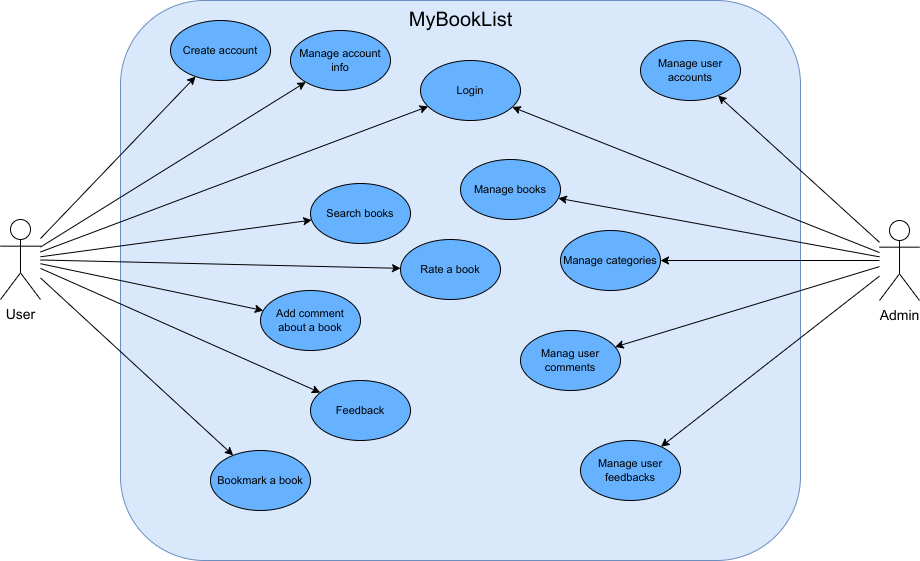
Above: docs/use-cases-diagram.png in ndtai772/MyBookList (draw.io), before the change. Source tidied: cells renumbered, new cells last; positions are measured from the earlier drawing's top-left corner, leaving out a move shared by most shapes. Source of this version:
```xml
<mxGraphModel>
  <root>
    <mxCell id="0" />
    <mxCell id="1" parent="0" />
    <mxCell id="2" value="&lt;font style=&quot;font-size: 20px&quot;&gt;MyBookList&lt;/font&gt;" style="html=1;align=center;verticalAlign=top;labelBackgroundColor=none;fillColor=#dae8fc;fontStyle=0;fontSize=14;rounded=1;strokeColor=#6c8ebf;glass=0;shadow=0;sketch=0;" parent="1" vertex="1">
      <mxGeometry x="120" width="680" height="560" as="geometry" />
    </mxCell>
    <mxCell id="3" style="rounded=0;jettySize=auto;html=1;fontSize=11;" parent="1" edge="1" source="11" target="19">
      <mxGeometry relative="1" as="geometry" />
    </mxCell>
    <mxCell id="4" style="rounded=0;jettySize=auto;html=1;fontSize=11;" parent="1" edge="1" source="11" target="20">
      <mxGeometry relative="1" as="geometry" />
    </mxCell>
    <mxCell id="5" style="rounded=0;jettySize=auto;html=1;fontSize=11;" parent="1" edge="1" source="11" target="21">
      <mxGeometry relative="1" as="geometry" />
    </mxCell>
    <mxCell id="6" style="rounded=0;jettySize=auto;html=1;fontSize=11;" parent="1" edge="1" source="11" target="22">
      <mxGeometry relative="1" as="geometry" />
    </mxCell>
    <mxCell id="7" style="rounded=0;jettySize=auto;html=1;fontSize=11;" parent="1" edge="1" source="11" target="23">
      <mxGeometry relative="1" as="geometry" />
    </mxCell>
    <mxCell id="8" style="edgeStyle=none;shape=connector;rounded=0;jettySize=auto;html=1;labelBackgroundColor=default;fontFamily=Helvetica;fontSize=11;fontColor=default;endArrow=classic;strokeColor=default;" parent="1" edge="1" source="11" target="24">
      <mxGeometry relative="1" as="geometry" />
    </mxCell>
    <mxCell id="9" style="edgeStyle=none;shape=connector;rounded=0;jettySize=auto;html=1;labelBackgroundColor=default;fontFamily=Helvetica;fontSize=11;fontColor=default;endArrow=classic;strokeColor=default;" parent="1" edge="1" source="11" target="29">
      <mxGeometry relative="1" as="geometry" />
    </mxCell>
    <mxCell id="10" style="edgeStyle=none;shape=connector;rounded=0;jettySize=auto;html=1;labelBackgroundColor=default;fontFamily=Helvetica;fontSize=11;fontColor=default;endArrow=classic;strokeColor=default;" parent="1" edge="1" source="11" target="30">
      <mxGeometry relative="1" as="geometry" />
    </mxCell>
    <mxCell id="11" value="User" style="shape=umlActor;verticalLabelPosition=bottom;verticalAlign=top;html=1;labelBackgroundColor=none;fontSize=14;fillColor=none;" parent="1" vertex="1">
      <mxGeometry y="219" width="40" height="80" as="geometry" />
    </mxCell>
    <mxCell id="12" style="rounded=0;jettySize=auto;html=1;fontSize=11;" parent="1" edge="1" source="18" target="25">
      <mxGeometry relative="1" as="geometry" />
    </mxCell>
    <mxCell id="13" style="rounded=0;jettySize=auto;html=1;fontSize=11;" parent="1" edge="1" source="18" target="26">
      <mxGeometry relative="1" as="geometry" />
    </mxCell>
    <mxCell id="14" style="rounded=0;jettySize=auto;html=1;fontSize=11;" parent="1" edge="1" source="18" target="27">
      <mxGeometry relative="1" as="geometry" />
    </mxCell>
    <mxCell id="15" style="rounded=0;jettySize=auto;html=1;fontSize=11;" parent="1" edge="1" source="18" target="28">
      <mxGeometry relative="1" as="geometry" />
    </mxCell>
    <mxCell id="16" style="rounded=0;jettySize=auto;html=1;fontSize=11;" parent="1" edge="1" source="18" target="31">
      <mxGeometry relative="1" as="geometry" />
    </mxCell>
    <mxCell id="17" style="edgeStyle=none;shape=connector;rounded=0;jettySize=auto;html=1;labelBackgroundColor=default;fontFamily=Helvetica;fontSize=20;fontColor=default;endArrow=classic;strokeColor=default;" parent="1" edge="1" source="18" target="20">
      <mxGeometry relative="1" as="geometry" />
    </mxCell>
    <mxCell id="18" value="Admin" style="shape=umlActor;verticalLabelPosition=bottom;verticalAlign=top;html=1;labelBackgroundColor=none;fontSize=14;fillColor=none;" parent="1" vertex="1">
      <mxGeometry x="879" y="220" width="40" height="80" as="geometry" />
    </mxCell>
    <mxCell id="19" value="Create account" style="ellipse;whiteSpace=wrap;html=1;labelBackgroundColor=none;fontSize=11;fillColor=#66B2FF;" parent="1" vertex="1">
      <mxGeometry x="170" y="20" width="100" height="60" as="geometry" />
    </mxCell>
    <mxCell id="20" value="Login" style="ellipse;whiteSpace=wrap;html=1;labelBackgroundColor=none;fontSize=11;fillColor=#66B2FF;" parent="1" vertex="1">
      <mxGeometry x="420" y="60" width="100" height="60" as="geometry" />
    </mxCell>
    <mxCell id="21" value="Manage account info" style="ellipse;whiteSpace=wrap;html=1;labelBackgroundColor=none;fontSize=11;fillColor=#66B2FF;" parent="1" vertex="1">
      <mxGeometry x="290" y="30" width="100" height="60" as="geometry" />
    </mxCell>
    <mxCell id="22" value="Bookmark a book" style="ellipse;whiteSpace=wrap;html=1;labelBackgroundColor=none;fontSize=11;fillColor=#66B2FF;" parent="1" vertex="1">
      <mxGeometry x="210" y="450" width="100" height="60" as="geometry" />
    </mxCell>
    <mxCell id="23" value="Rate a&amp;nbsp;book" style="ellipse;whiteSpace=wrap;html=1;labelBackgroundColor=none;fontSize=11;fillColor=#66B2FF;" parent="1" vertex="1">
      <mxGeometry x="400" y="239" width="100" height="60" as="geometry" />
    </mxCell>
    <mxCell id="24" value="Add comment about a book" style="ellipse;whiteSpace=wrap;html=1;labelBackgroundColor=none;fontSize=11;fillColor=#66B2FF;" parent="1" vertex="1">
      <mxGeometry x="260" y="290" width="100" height="60" as="geometry" />
    </mxCell>
    <mxCell id="25" value="Manage user accounts" style="ellipse;whiteSpace=wrap;html=1;labelBackgroundColor=none;fontSize=11;fillColor=#66B2FF;" parent="1" vertex="1">
      <mxGeometry x="640" y="40" width="100" height="60" as="geometry" />
    </mxCell>
    <mxCell id="26" value="Manage books" style="ellipse;whiteSpace=wrap;html=1;labelBackgroundColor=none;fontSize=11;fillColor=#66B2FF;" parent="1" vertex="1">
      <mxGeometry x="460" y="159" width="100" height="60" as="geometry" />
    </mxCell>
    <mxCell id="27" value="Manage categories" style="ellipse;whiteSpace=wrap;html=1;labelBackgroundColor=none;fontSize=11;fillColor=#66B2FF;" parent="1" vertex="1">
      <mxGeometry x="560" y="230" width="100" height="60" as="geometry" />
    </mxCell>
    <mxCell id="28" value="Manag user comments" style="ellipse;whiteSpace=wrap;html=1;labelBackgroundColor=none;fontSize=11;fillColor=#66B2FF;" parent="1" vertex="1">
      <mxGeometry x="520" y="330" width="100" height="60" as="geometry" />
    </mxCell>
    <mxCell id="29" value="Search books" style="ellipse;whiteSpace=wrap;html=1;labelBackgroundColor=none;fontSize=11;fillColor=#66B2FF;" parent="1" vertex="1">
      <mxGeometry x="310" y="183" width="100" height="60" as="geometry" />
    </mxCell>
    <mxCell id="30" value="Feedback" style="ellipse;whiteSpace=wrap;html=1;labelBackgroundColor=none;fontSize=11;fillColor=#66B2FF;" parent="1" vertex="1">
      <mxGeometry x="310" y="380" width="100" height="60" as="geometry" />
    </mxCell>
    <mxCell id="31" value="Manage user feedbacks" style="ellipse;whiteSpace=wrap;html=1;labelBackgroundColor=none;fontSize=11;fillColor=#66B2FF;" parent="1" vertex="1">
      <mxGeometry x="580" y="440" width="100" height="60" as="geometry" />
    </mxCell>
  </root>
</mxGraphModel>
```
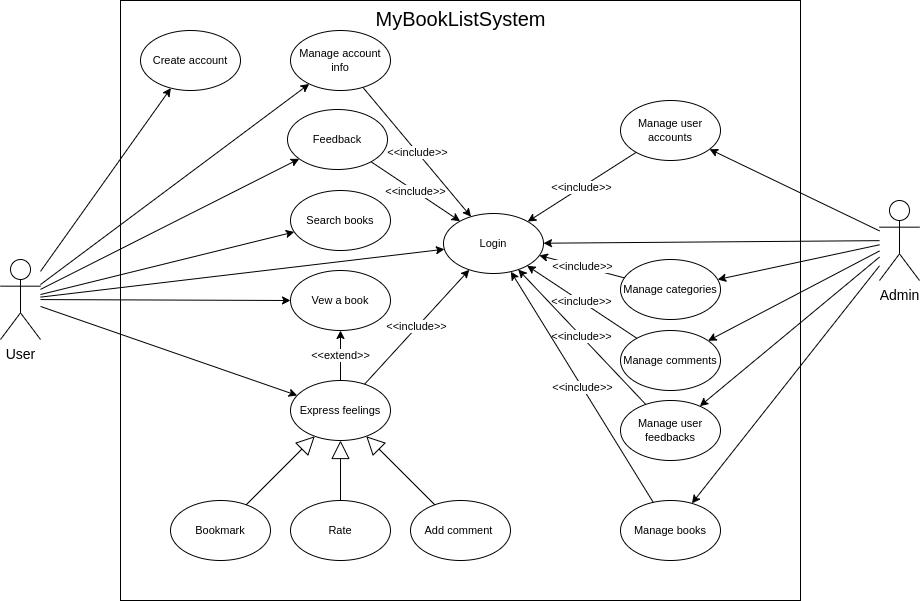
Later version of the same file.

Commit message:
reorder use-cases

Change to the diagram source:
```diff
@@ -2,8 +2,8 @@
   <root>
     <mxCell id="0" />
     <mxCell id="1" parent="0" />
-    <mxCell id="2" value="&lt;font style=&quot;font-size: 20px&quot;&gt;MyBookList&lt;/font&gt;" style="html=1;align=center;verticalAlign=top;labelBackgroundColor=none;fillColor=#dae8fc;fontStyle=0;fontSize=14;rounded=1;strokeColor=#6c8ebf;glass=0;shadow=0;sketch=0;" parent="1" vertex="1">
-      <mxGeometry x="120" width="680" height="560" as="geometry" />
+    <mxCell id="2" value="&lt;font style=&quot;font-size: 20px&quot;&gt;MyBookListSystem&lt;/font&gt;" style="html=1;align=center;verticalAlign=top;labelBackgroundColor=none;fontStyle=0;fontSize=14;rounded=0;glass=0;shadow=0;sketch=0;" parent="1" vertex="1">
+      <mxGeometry x="120" y="-40" width="680" height="600" as="geometry" />
     </mxCell>
     <mxCell id="3" style="rounded=0;jettySize=auto;html=1;fontSize=11;" parent="1" edge="1" source="11" target="19">
       <mxGeometry relative="1" as="geometry" />
@@ -14,22 +14,13 @@
     <mxCell id="5" style="rounded=0;jettySize=auto;html=1;fontSize=11;" parent="1" edge="1" source="11" target="21">
       <mxGeometry relative="1" as="geometry" />
     </mxCell>
-    <mxCell id="6" style="rounded=0;jettySize=auto;html=1;fontSize=11;" parent="1" edge="1" source="11" target="22">
-      <mxGeometry relative="1" as="geometry" />
-    </mxCell>
-    <mxCell id="7" style="rounded=0;jettySize=auto;html=1;fontSize=11;" parent="1" edge="1" source="11" target="23">
-      <mxGeometry relative="1" as="geometry" />
-    </mxCell>
-    <mxCell id="8" style="edgeStyle=none;shape=connector;rounded=0;jettySize=auto;html=1;labelBackgroundColor=default;fontFamily=Helvetica;fontSize=11;fontColor=default;endArrow=classic;strokeColor=default;" parent="1" edge="1" source="11" target="24">
-      <mxGeometry relative="1" as="geometry" />
-    </mxCell>
-    <mxCell id="9" style="edgeStyle=none;shape=connector;rounded=0;jettySize=auto;html=1;labelBackgroundColor=default;fontFamily=Helvetica;fontSize=11;fontColor=default;endArrow=classic;strokeColor=default;" parent="1" edge="1" source="11" target="29">
+    <mxCell id="9" style="edgeStyle=none;shape=connector;rounded=0;jettySize=auto;html=1;labelBackgroundColor=default;fontFamily=Helvetica;fontSize=11;fontColor=default;endArrow=classic;" parent="1" edge="1" source="11" target="29">
       <mxGeometry relative="1" as="geometry" />
     </mxCell>
-    <mxCell id="10" style="edgeStyle=none;shape=connector;rounded=0;jettySize=auto;html=1;labelBackgroundColor=default;fontFamily=Helvetica;fontSize=11;fontColor=default;endArrow=classic;strokeColor=default;" parent="1" edge="1" source="11" target="30">
+    <mxCell id="10" style="edgeStyle=none;shape=connector;rounded=0;jettySize=auto;html=1;labelBackgroundColor=default;fontFamily=Helvetica;fontSize=11;fontColor=default;endArrow=classic;" parent="1" edge="1" source="11" target="30">
       <mxGeometry relative="1" as="geometry" />
     </mxCell>
-    <mxCell id="11" value="User" style="shape=umlActor;verticalLabelPosition=bottom;verticalAlign=top;html=1;labelBackgroundColor=none;fontSize=14;fillColor=none;" parent="1" vertex="1">
+    <mxCell id="11" value="User" style="shape=umlActor;verticalLabelPosition=bottom;verticalAlign=top;html=1;labelBackgroundColor=none;fontSize=14;" parent="1" vertex="1">
       <mxGeometry y="219" width="40" height="80" as="geometry" />
     </mxCell>
     <mxCell id="12" style="rounded=0;jettySize=auto;html=1;fontSize=11;" parent="1" edge="1" source="18" target="25">
@@ -47,50 +38,98 @@
     <mxCell id="16" style="rounded=0;jettySize=auto;html=1;fontSize=11;" parent="1" edge="1" source="18" target="31">
       <mxGeometry relative="1" as="geometry" />
     </mxCell>
-    <mxCell id="17" style="edgeStyle=none;shape=connector;rounded=0;jettySize=auto;html=1;labelBackgroundColor=default;fontFamily=Helvetica;fontSize=20;fontColor=default;endArrow=classic;strokeColor=default;" parent="1" edge="1" source="18" target="20">
+    <mxCell id="17" style="edgeStyle=none;shape=connector;rounded=0;jettySize=auto;html=1;labelBackgroundColor=default;fontFamily=Helvetica;fontSize=20;fontColor=default;endArrow=classic;" parent="1" edge="1" source="18" target="20">
       <mxGeometry relative="1" as="geometry" />
     </mxCell>
-    <mxCell id="18" value="Admin" style="shape=umlActor;verticalLabelPosition=bottom;verticalAlign=top;html=1;labelBackgroundColor=none;fontSize=14;fillColor=none;" parent="1" vertex="1">
-      <mxGeometry x="879" y="220" width="40" height="80" as="geometry" />
+    <mxCell id="18" value="Admin" style="shape=umlActor;verticalLabelPosition=bottom;verticalAlign=top;html=1;labelBackgroundColor=none;fontSize=14;" parent="1" vertex="1">
+      <mxGeometry x="879" y="160" width="40" height="80" as="geometry" />
     </mxCell>
-    <mxCell id="19" value="Create account" style="ellipse;whiteSpace=wrap;html=1;labelBackgroundColor=none;fontSize=11;fillColor=#66B2FF;" parent="1" vertex="1">
-      <mxGeometry x="170" y="20" width="100" height="60" as="geometry" />
+    <mxCell id="19" value="Create account" style="ellipse;whiteSpace=wrap;html=1;labelBackgroundColor=none;fontSize=11;" parent="1" vertex="1">
+      <mxGeometry x="140" y="-10" width="100" height="60" as="geometry" />
     </mxCell>
-    <mxCell id="20" value="Login" style="ellipse;whiteSpace=wrap;html=1;labelBackgroundColor=none;fontSize=11;fillColor=#66B2FF;" parent="1" vertex="1">
-      <mxGeometry x="420" y="60" width="100" height="60" as="geometry" />
+    <mxCell id="20" value="Login" style="ellipse;whiteSpace=wrap;html=1;labelBackgroundColor=none;fontSize=11;" parent="1" vertex="1">
+      <mxGeometry x="443" y="173" width="100" height="60" as="geometry" />
     </mxCell>
-    <mxCell id="21" value="Manage account info" style="ellipse;whiteSpace=wrap;html=1;labelBackgroundColor=none;fontSize=11;fillColor=#66B2FF;" parent="1" vertex="1">
-      <mxGeometry x="290" y="30" width="100" height="60" as="geometry" />
+    <mxCell id="21" value="Manage account info" style="ellipse;whiteSpace=wrap;html=1;labelBackgroundColor=none;fontSize=11;" parent="1" vertex="1">
+      <mxGeometry x="290" y="-10" width="100" height="60" as="geometry" />
     </mxCell>
-    <mxCell id="22" value="Bookmark a book" style="ellipse;whiteSpace=wrap;html=1;labelBackgroundColor=none;fontSize=11;fillColor=#66B2FF;" parent="1" vertex="1">
-      <mxGeometry x="210" y="450" width="100" height="60" as="geometry" />
+    <mxCell id="22" value="Bookmark" style="ellipse;whiteSpace=wrap;html=1;labelBackgroundColor=none;fontSize=11;" parent="1" vertex="1">
+      <mxGeometry x="170" y="460" width="100" height="60" as="geometry" />
     </mxCell>
-    <mxCell id="23" value="Rate a&amp;nbsp;book" style="ellipse;whiteSpace=wrap;html=1;labelBackgroundColor=none;fontSize=11;fillColor=#66B2FF;" parent="1" vertex="1">
-      <mxGeometry x="400" y="239" width="100" height="60" as="geometry" />
+    <mxCell id="23" value="Rate" style="ellipse;whiteSpace=wrap;html=1;labelBackgroundColor=none;fontSize=11;" parent="1" vertex="1">
+      <mxGeometry x="290" y="460" width="100" height="60" as="geometry" />
     </mxCell>
-    <mxCell id="24" value="Add comment about a book" style="ellipse;whiteSpace=wrap;html=1;labelBackgroundColor=none;fontSize=11;fillColor=#66B2FF;" parent="1" vertex="1">
-      <mxGeometry x="260" y="290" width="100" height="60" as="geometry" />
+    <mxCell id="24" value="Add comment&amp;nbsp;" style="ellipse;whiteSpace=wrap;html=1;labelBackgroundColor=none;fontSize=11;" parent="1" vertex="1">
+      <mxGeometry x="410" y="460" width="100" height="60" as="geometry" />
     </mxCell>
+    <mxCell id="32" value="&amp;lt;&amp;lt;include&amp;gt;&amp;gt;" style="rounded=0;jettySize=auto;html=1;" parent="1" edge="1" source="25" target="20">
+      <mxGeometry relative="1" as="geometry" />
+    </mxCell>
-    <mxCell id="25" value="Manage user accounts" style="ellipse;whiteSpace=wrap;html=1;labelBackgroundColor=none;fontSize=11;fillColor=#66B2FF;" parent="1" vertex="1">
-      <mxGeometry x="640" y="40" width="100" height="60" as="geometry" />
+    <mxCell id="25" value="Manage user accounts" style="ellipse;whiteSpace=wrap;html=1;labelBackgroundColor=none;fontSize=11;" parent="1" vertex="1">
+      <mxGeometry x="620" y="60" width="100" height="60" as="geometry" />
     </mxCell>
-    <mxCell id="26" value="Manage books" style="ellipse;whiteSpace=wrap;html=1;labelBackgroundColor=none;fontSize=11;fillColor=#66B2FF;" parent="1" vertex="1">
-      <mxGeometry x="460" y="159" width="100" height="60" as="geometry" />
+    <mxCell id="26" value="Manage books" style="ellipse;whiteSpace=wrap;html=1;labelBackgroundColor=none;fontSize=11;" parent="1" vertex="1">
+      <mxGeometry x="620" y="460" width="100" height="60" as="geometry" />
     </mxCell>
-    <mxCell id="27" value="Manage categories" style="ellipse;whiteSpace=wrap;html=1;labelBackgroundColor=none;fontSize=11;fillColor=#66B2FF;" parent="1" vertex="1">
-      <mxGeometry x="560" y="230" width="100" height="60" as="geometry" />
+    <mxCell id="27" value="Manage categories" style="ellipse;whiteSpace=wrap;html=1;labelBackgroundColor=none;fontSize=11;" parent="1" vertex="1">
+      <mxGeometry x="620" y="219" width="100" height="60" as="geometry" />
     </mxCell>
-    <mxCell id="28" value="Manag user comments" style="ellipse;whiteSpace=wrap;html=1;labelBackgroundColor=none;fontSize=11;fillColor=#66B2FF;" parent="1" vertex="1">
-      <mxGeometry x="520" y="330" width="100" height="60" as="geometry" />
+    <mxCell id="28" value="Manage comments" style="ellipse;whiteSpace=wrap;html=1;labelBackgroundColor=none;fontSize=11;" parent="1" vertex="1">
+      <mxGeometry x="620" y="290" width="100" height="60" as="geometry" />
     </mxCell>
-    <mxCell id="29" value="Search books" style="ellipse;whiteSpace=wrap;html=1;labelBackgroundColor=none;fontSize=11;fillColor=#66B2FF;" parent="1" vertex="1">
-      <mxGeometry x="310" y="183" width="100" height="60" as="geometry" />
+    <mxCell id="29" value="Search books" style="ellipse;whiteSpace=wrap;html=1;labelBackgroundColor=none;fontSize=11;" parent="1" vertex="1">
+      <mxGeometry x="290" y="150" width="100" height="60" as="geometry" />
     </mxCell>
-    <mxCell id="30" value="Feedback" style="ellipse;whiteSpace=wrap;html=1;labelBackgroundColor=none;fontSize=11;fillColor=#66B2FF;" parent="1" vertex="1">
-      <mxGeometry x="310" y="380" width="100" height="60" as="geometry" />
+    <mxCell id="30" value="Feedback" style="ellipse;whiteSpace=wrap;html=1;labelBackgroundColor=none;fontSize=11;" parent="1" vertex="1">
+      <mxGeometry x="287" y="69" width="100" height="60" as="geometry" />
     </mxCell>
-    <mxCell id="31" value="Manage user feedbacks" style="ellipse;whiteSpace=wrap;html=1;labelBackgroundColor=none;fontSize=11;fillColor=#66B2FF;" parent="1" vertex="1">
-      <mxGeometry x="580" y="440" width="100" height="60" as="geometry" />
+    <mxCell id="31" value="Manage user feedbacks" style="ellipse;whiteSpace=wrap;html=1;labelBackgroundColor=none;fontSize=11;" parent="1" vertex="1">
+      <mxGeometry x="620" y="360" width="100" height="60" as="geometry" />
     </mxCell>
+    <mxCell id="33" style="edgeStyle=none;shape=connector;rounded=0;jettySize=auto;html=1;labelBackgroundColor=default;fontFamily=Helvetica;fontSize=11;fontColor=default;endArrow=classic;" parent="1" edge="1" source="11" target="34">
+      <mxGeometry relative="1" as="geometry" />
+    </mxCell>
+    <mxCell id="34" value="Vew a book" style="ellipse;whiteSpace=wrap;html=1;labelBackgroundColor=none;fontSize=11;" parent="1" vertex="1">
+      <mxGeometry x="290" y="230" width="100" height="60" as="geometry" />
+    </mxCell>
+    <mxCell id="35" value="&amp;lt;&amp;lt;include&amp;gt;&amp;gt;" style="rounded=0;jettySize=auto;html=1;" parent="1" edge="1" source="40" target="20">
+      <mxGeometry relative="1" as="geometry" />
+    </mxCell>
+    <mxCell id="36" value="&amp;lt;&amp;lt;include&amp;gt;&amp;gt;" style="rounded=0;jettySize=auto;html=1;" parent="1" edge="1" source="30" target="20">
+      <mxGeometry relative="1" as="geometry" />
+    </mxCell>
+    <mxCell id="37" value="&amp;lt;&amp;lt;include&amp;gt;&amp;gt;" style="rounded=0;jettySize=auto;html=1;" parent="1" edge="1" source="21" target="20">
+      <mxGeometry relative="1" as="geometry" />
+    </mxCell>
+    <mxCell id="38" value="&amp;lt;&amp;lt;include&amp;gt;&amp;gt;" style="rounded=0;jettySize=auto;html=1;" parent="1" edge="1" source="27" target="20">
+      <mxGeometry relative="1" as="geometry" />
+    </mxCell>
+    <mxCell id="39" value="&amp;lt;&amp;lt;include&amp;gt;&amp;gt;" style="rounded=0;jettySize=auto;html=1;" parent="1" edge="1" source="28" target="20">
+      <mxGeometry relative="1" as="geometry" />
+    </mxCell>
+    <mxCell id="40" value="Express feelings" style="ellipse;whiteSpace=wrap;html=1;labelBackgroundColor=none;fontSize=11;" parent="1" vertex="1">
+      <mxGeometry x="290" y="340" width="100" height="60" as="geometry" />
+    </mxCell>
+    <mxCell id="41" style="edgeStyle=none;shape=connector;rounded=0;jettySize=auto;html=1;labelBackgroundColor=default;fontFamily=Helvetica;fontSize=11;fontColor=default;endArrow=classic;" parent="1" edge="1" source="11" target="40">
+      <mxGeometry relative="1" as="geometry" />
+    </mxCell>
+    <mxCell id="42" value="&amp;lt;&amp;lt;extend&amp;gt;&amp;gt;" style="edgeStyle=none;rounded=0;jettySize=auto;html=1;" parent="1" edge="1" source="40" target="34">
+      <mxGeometry relative="1" as="geometry" />
+    </mxCell>
+    <mxCell id="43" value="&amp;lt;&amp;lt;include&amp;gt;&amp;gt;" style="rounded=0;jettySize=auto;html=1;" parent="1" edge="1" source="31" target="20">
+      <mxGeometry relative="1" as="geometry" />
+    </mxCell>
+    <mxCell id="44" value="&amp;lt;&amp;lt;include&amp;gt;&amp;gt;" style="rounded=0;jettySize=auto;html=1;" parent="1" edge="1" source="26" target="20">
+      <mxGeometry relative="1" as="geometry" />
+    </mxCell>
+    <mxCell id="45" style="endArrow=block;endSize=16;endFill=0;html=1;rounded=0;strokeColor=#000000;" parent="1" edge="1" source="22" target="40">
+      <mxGeometry relative="1" as="geometry" />
+    </mxCell>
+    <mxCell id="46" style="endArrow=block;endSize=16;endFill=0;html=1;rounded=0;strokeColor=#000000;" parent="1" edge="1" source="23" target="40">
+      <mxGeometry relative="1" as="geometry" />
+    </mxCell>
+    <mxCell id="47" style="endArrow=block;endSize=16;endFill=0;html=1;rounded=0;strokeColor=#000000;" parent="1" edge="1" source="24" target="40">
+      <mxGeometry relative="1" as="geometry" />
+    </mxCell>
   </root>
 </mxGraphModel>
```
